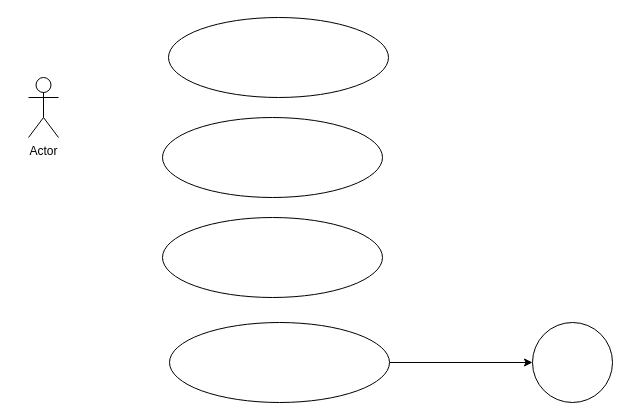
Kimii01/Mot-crois-e-apk keeps this draw.io diagram as diagramme de cas d'utilisation.drawio. Above is the earlier version. Source tidied: cells renumbered, new cells numbered last; positions are measured from the earlier drawing's top-left corner, leaving out a move shared by most shapes. Both pictures are drawn from the tidied source at 100%, with x=0, y=0 at pixel (28, 17).
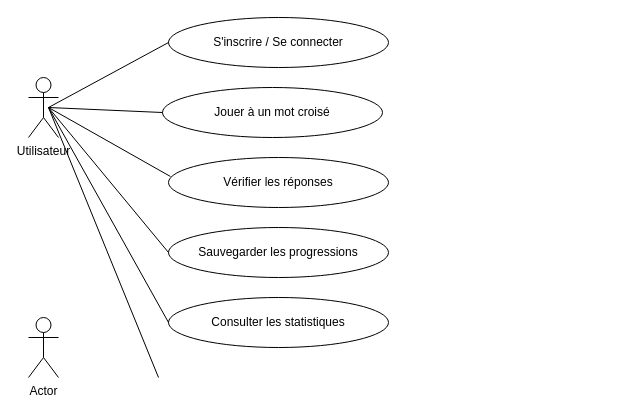
After the change.

Commit message:
Mettre à jour diagramme de cas d'utilisation.drawio

The edit, as a diff of the source:
```diff
@@
 <mxGraphModel>
   <root>
     <mxCell id="0" />
     <mxCell id="1" parent="0" />
-    <mxCell id="2" value="Actor" style="shape=umlActor;verticalLabelPosition=bottom;verticalAlign=top;html=1;" parent="1" vertex="1">
+    <mxCell id="2" value="Utilisateur" style="shape=umlActor;verticalLabelPosition=bottom;verticalAlign=top;html=1;" parent="1" vertex="1">
       <mxGeometry y="60" width="30" height="60" as="geometry" />
     </mxCell>
-    <mxCell id="3" style="ellipse;whiteSpace=wrap;html=1;" parent="1" vertex="1">
-      <mxGeometry x="140" width="220" height="80" as="geometry" />
+    <mxCell id="3" value="S'inscrire / Se connecter" style="ellipse;whiteSpace=wrap;html=1;" parent="1" vertex="1">
+      <mxGeometry x="140" width="220" height="50" as="geometry" />
     </mxCell>
-    <mxCell id="4" style="ellipse;whiteSpace=wrap;html=1;" parent="1" vertex="1">
-      <mxGeometry x="134" y="100" width="220" height="80" as="geometry" />
+    <mxCell id="4" value="Jouer à un mot croisé" style="ellipse;whiteSpace=wrap;html=1;" parent="1" vertex="1">
+      <mxGeometry x="134" y="70" width="220" height="50" as="geometry" />
     </mxCell>
-    <mxCell id="5" style="ellipse;whiteSpace=wrap;html=1;" parent="1" vertex="1">
-      <mxGeometry x="134" y="200" width="220" height="80" as="geometry" />
+    <mxCell id="5" value="Vérifier les réponses" style="ellipse;whiteSpace=wrap;html=1;" parent="1" vertex="1">
+      <mxGeometry x="140" y="140" width="220" height="50" as="geometry" />
     </mxCell>
-    <mxCell id="6" style="edgeStyle=orthogonalEdgeStyle;rounded=0;jettySize=auto;html=1;" parent="1" edge="1" source="7" target="8">
-      <mxGeometry relative="1" as="geometry" />
-    </mxCell>
-    <mxCell id="7" style="ellipse;whiteSpace=wrap;html=1;" parent="1" vertex="1">
-      <mxGeometry x="141" y="305" width="220" height="80" as="geometry" />
+    <mxCell id="7" value="Sauvegarder les progressions" style="ellipse;whiteSpace=wrap;html=1;" parent="1" vertex="1">
+      <mxGeometry x="140" y="210" width="220" height="50" as="geometry" />
     </mxCell>
-    <mxCell id="8" style="ellipse;whiteSpace=wrap;html=1;" parent="1" vertex="1">
-      <mxGeometry x="504" y="305" width="80" height="80" as="geometry" />
-    </mxCell>
+    <mxCell id="9" value="Actor" style="shape=umlActor;verticalLabelPosition=bottom;verticalAlign=top;html=1;" parent="1" vertex="1">
+      <mxGeometry y="300" width="30" height="60" as="geometry" />
+    </mxCell>
+    <mxCell id="10" style="endArrow=none;html=1;rounded=0;entryX=0;entryY=0.5;entryDx=0;entryDy=0;exitX=0;exitY=0.5;exitDx=0;exitDy=0;" parent="1" edge="1" source="4" target="3">
+      <mxGeometry relative="1" as="geometry">
+        <Array as="points">
+          <mxPoint x="20" y="90" />
+        </Array>
+      </mxGeometry>
+    </mxCell>
+    <mxCell id="11" style="edgeStyle=orthogonalEdgeStyle;rounded=0;orthogonalLoop=1;jettySize=auto;html=1;exitX=0.5;exitY=1;exitDx=0;exitDy=0;" parent="1" edge="1" source="4" target="4">
+      <mxGeometry relative="1" as="geometry" />
+    </mxCell>
+    <mxCell id="12" style="edgeStyle=orthogonalEdgeStyle;rounded=0;orthogonalLoop=1;jettySize=auto;html=1;exitX=0.5;exitY=1;exitDx=0;exitDy=0;" parent="1" edge="1" source="4" target="4">
+      <mxGeometry relative="1" as="geometry" />
+    </mxCell>
+    <mxCell id="13" style="endArrow=none;html=1;rounded=0;entryX=0.009;entryY=0.38;entryDx=0;entryDy=0;entryPerimeter=0;exitX=0;exitY=0.5;exitDx=0;exitDy=0;" parent="1" edge="1" source="7" target="5">
+      <mxGeometry relative="1" as="geometry">
+        <Array as="points">
+          <mxPoint x="20" y="90" />
+        </Array>
+      </mxGeometry>
+    </mxCell>
+    <mxCell id="14" value="Consulter les statistiques" style="ellipse;whiteSpace=wrap;html=1;" parent="1" vertex="1">
+      <mxGeometry x="140" y="280" width="220" height="50" as="geometry" />
+    </mxCell>
+    <mxCell id="15" style="endArrow=none;html=1;rounded=0;entryX=0;entryY=0.5;entryDx=0;entryDy=0;" parent="1" edge="1" target="14">
+      <mxGeometry relative="1" as="geometry">
+        <mxPoint x="130" y="360" as="sourcePoint" />
+        <Array as="points">
+          <mxPoint x="20" y="90" />
+        </Array>
+      </mxGeometry>
+    </mxCell>
   </root>
 </mxGraphModel>
```
